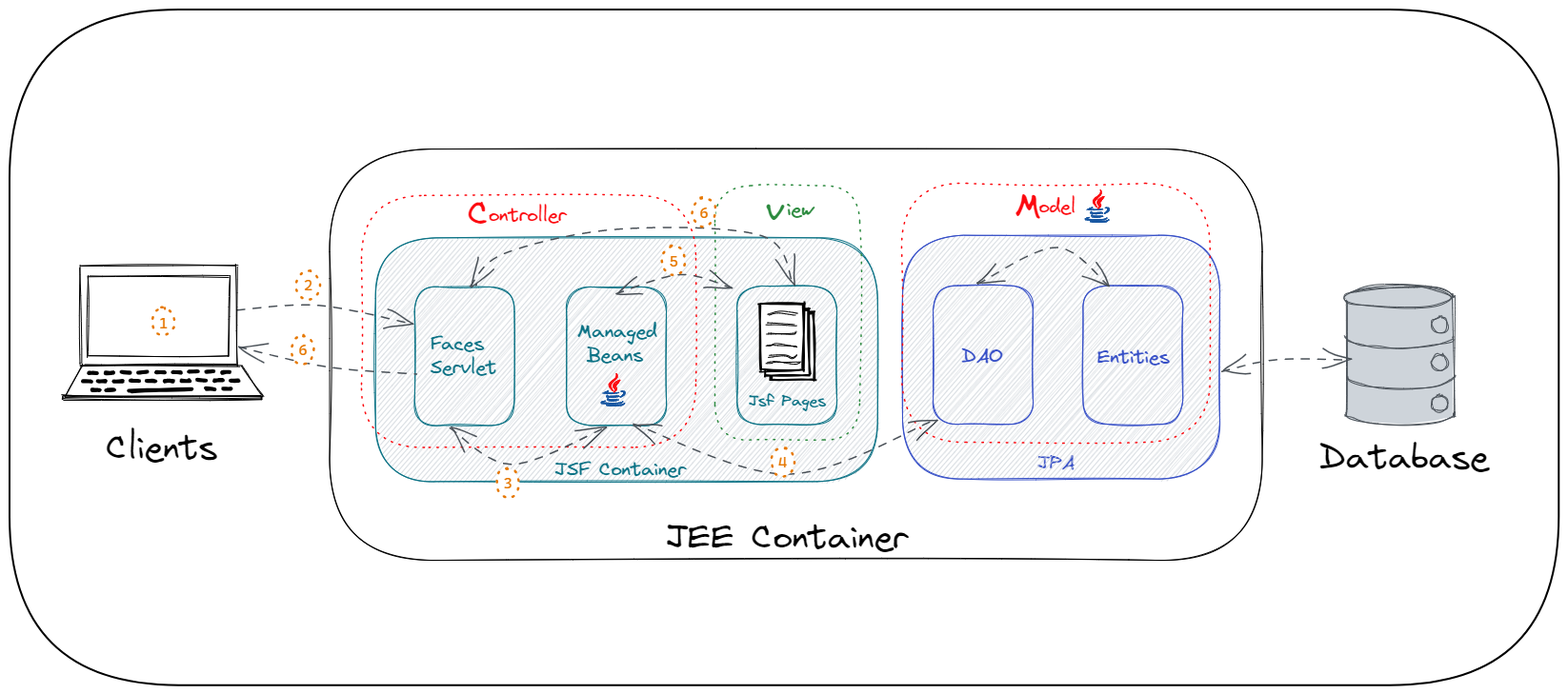
Before: MVC.excalidraw.png, a diagram exported from Excalidraw (malouu/Diag_JEE). Source tidied: one line per element, renumbered; positions are measured from the earlier drawing's top-left corner, leaving out a move shared by most shapes.
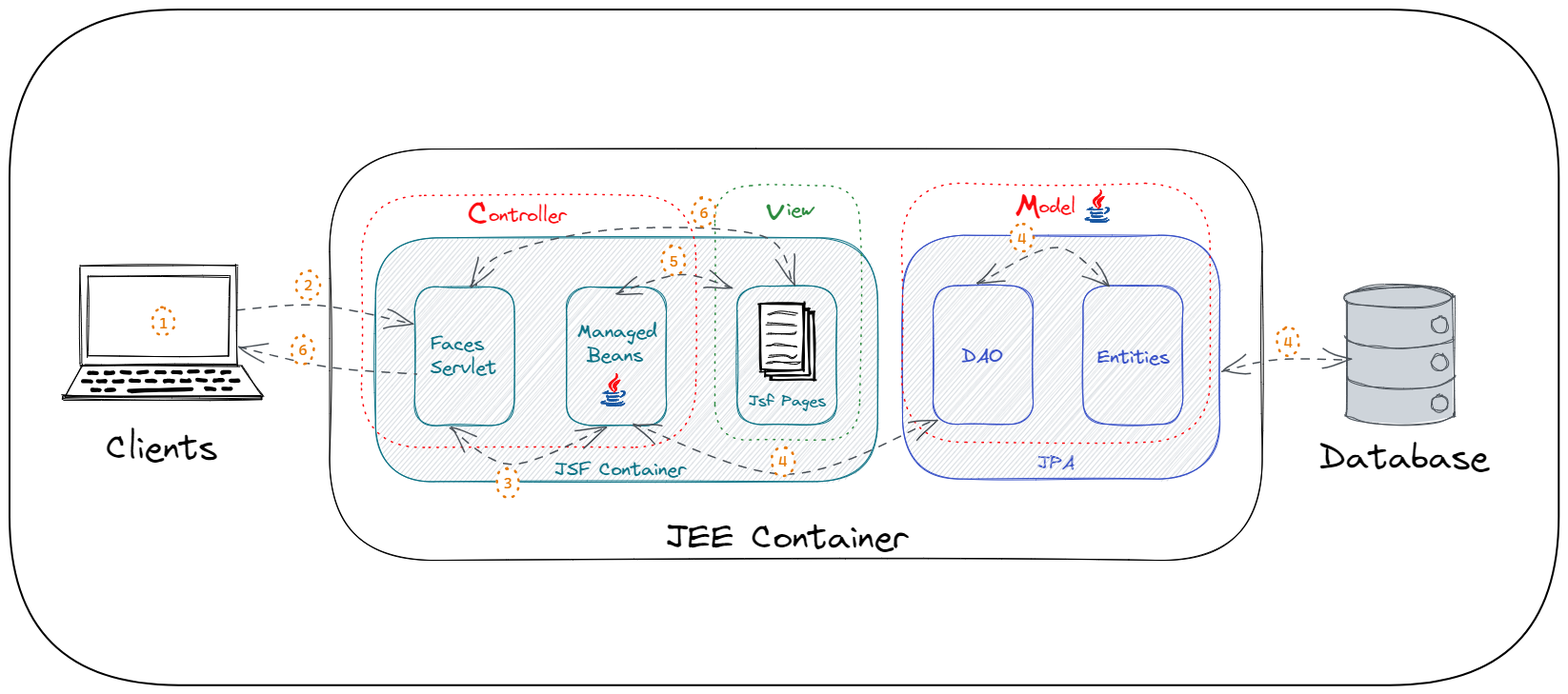
The same file after the commit.

The edit, as a diff of the source:
```diff
@@ -48,7 +48,7 @@
 {"id": 47, "type": "ellipse", "strokeColor": "#495057", "backgroundColor": "#ced4da", "fillStyle": "solid", "strokeWidth": 1, "roughness": 1, "x": 1493, "y": 362, "width": 16, "height": 18}
 {"id": 48, "type": "ellipse", "strokeColor": "#495057", "backgroundColor": "#ced4da", "fillStyle": "solid", "strokeWidth": 1, "roughness": 1, "x": 1493, "y": 405, "width": 16, "height": 18}
 {"id": 49, "type": "arrow", "strokeColor": "#495057", "backgroundColor": "#ced4da", "fillStyle": "hachure", "strokeWidth": 1, "strokeStyle": "dashed", "roughness": 1, "startArrowhead": "arrow", "endArrowhead": "arrow", "from": 9, "x": 1017, "y": 289, "width": 138, "height": 40, "points": [[0, 0], [81, -39], [138, 1]]}
-{"id": 50, "type": "arrow", "strokeColor": "#495057", "backgroundColor": "#ced4da", "fillStyle": "hachure", "strokeWidth": 1, "strokeStyle": "dashed", "roughness": 1, "startArrowhead": "arrow", "endArrowhead": "arrow", "from": 31, "x": 1273, "y": 379, "width": 133, "height": 12, "points": [[0, 1], [57, -11], [133, -10]]}
+{"id": 50, "type": "arrow", "strokeColor": "#495057", "backgroundColor": "#ced4da", "fillStyle": "hachure", "strokeWidth": 1, "strokeStyle": "dashed", "roughness": 1, "startArrowhead": "arrow", "endArrowhead": "arrow", "from": 31, "x": 1273, "y": 380, "width": 133, "height": 12, "points": [[0, 0], [57, -12], [133, -11]]}
 {"id": 51, "type": "arrow", "strokeColor": "#495057", "backgroundColor": "#ced4da", "fillStyle": "hachure", "strokeWidth": 1, "strokeStyle": "dashed", "roughness": 1, "startArrowhead": "arrow", "endArrowhead": "arrow", "from": 4, "to": 5, "x": 490, "y": 289, "width": 0, "height": 0, "points": [[0, 0], [0, 0]]}
 {"id": 52, "type": "text", "text": "Clients", "strokeColor": "#000000", "backgroundColor": "#ced4da", "fillStyle": "hachure", "strokeWidth": 1, "strokeStyle": "dashed", "roughness": 1, "fontSize": 36, "fontFamily": 1, "x": 101, "y": 439, "width": 119, "height": 45}
 {"id": 53, "type": "text", "text": "Database", "strokeColor": "#000000", "backgroundColor": "#ced4da", "fillStyle": "hachure", "strokeWidth": 1, "strokeStyle": "dashed", "roughness": 1, "fontSize": 36, "fontFamily": 1, "x": 1375, "y": 449, "width": 180, "height": 45}
@@ -99,8 +99,8 @@
 {"id": 98, "type": "ellipse", "strokeColor": "#e67700", "backgroundColor": "#fff", "fillStyle": "solid", "strokeWidth": 2, "strokeStyle": "dotted", "roughness": 1, "x": 511, "y": 482, "width": 24, "height": 30}
 {"id": 99, "type": "text", "text": "3", "strokeColor": "#e67700", "backgroundColor": "#fa5252", "fillStyle": "hachure", "strokeWidth": 1, "strokeStyle": "dashed", "roughness": 1, "fontSize": 16, "fontFamily": 3, "textAlign": "center", "verticalAlign": "middle", "inside": 98, "x": 518, "y": 487, "width": 11, "height": 20}
 {"id": 100, "type": "arrow", "strokeColor": "#495057", "strokeWidth": 1, "strokeStyle": "dashed", "roughness": 1, "startArrowhead": "arrow", "endArrowhead": "arrow", "from": 4, "to": 6, "x": 463, "y": 440, "width": 162, "height": 39, "points": [[0, 0], [65, 37], [162, -2]]}
-{"id": 101, "type": "ellipse", "strokeColor": "#e67700", "backgroundColor": "#fff", "fillStyle": "solid", "strokeWidth": 2, "strokeStyle": "dotted", "roughness": 1, "x": 800, "y": 460, "width": 24, "height": 30}
+{"id": 101, "type": "ellipse", "strokeColor": "#e67700", "backgroundColor": "#fff", "fillStyle": "solid", "strokeWidth": 2, "strokeStyle": "dotted", "roughness": 1, "x": 800, "y": 459, "width": 24, "height": 30}
-{"id": 102, "type": "text", "text": "4", "strokeColor": "#e67700", "backgroundColor": "#fa5252", "fillStyle": "hachure", "strokeWidth": 1, "strokeStyle": "dashed", "roughness": 1, "fontSize": 16, "fontFamily": 3, "textAlign": "center", "verticalAlign": "middle", "inside": 101, "x": 806, "y": 465, "width": 11, "height": 20}
+{"id": 102, "type": "text", "text": "4", "strokeColor": "#e67700", "backgroundColor": "#fa5252", "fillStyle": "hachure", "strokeWidth": 1, "strokeStyle": "dashed", "roughness": 1, "fontSize": 16, "fontFamily": 3, "textAlign": "center", "verticalAlign": "middle", "inside": 101, "x": 806, "y": 464, "width": 11, "height": 20}
 {"id": 103, "type": "ellipse", "strokeColor": "#e67700", "backgroundColor": "#fff", "fillStyle": "solid", "strokeWidth": 2, "strokeStyle": "dotted", "roughness": 1, "x": 301, "y": 274, "width": 24, "height": 30}
 {"id": 104, "type": "text", "text": "2", "strokeColor": "#e67700", "backgroundColor": "#fa5252", "fillStyle": "hachure", "strokeWidth": 1, "strokeStyle": "dashed", "roughness": 1, "fontSize": 16, "fontFamily": 3, "textAlign": "center", "verticalAlign": "middle", "inside": 103, "x": 308, "y": 279, "width": 11, "height": 20}
 {"id": 105, "type": "ellipse", "strokeColor": "#e67700", "backgroundColor": "#fff", "fillStyle": "solid", "strokeWidth": 2, "strokeStyle": "dotted", "roughness": 1, "x": 685, "y": 249, "width": 24, "height": 30}
@@ -109,3 +109,7 @@
 {"id": 108, "type": "text", "text": "6", "strokeColor": "#e67700", "backgroundColor": "#fa5252", "fillStyle": "hachure", "strokeWidth": 1, "strokeStyle": "dashed", "roughness": 1, "fontSize": 16, "fontFamily": 3, "textAlign": "center", "verticalAlign": "middle", "inside": 107, "x": 724, "y": 203, "width": 11, "height": 20}
 {"id": 109, "type": "ellipse", "strokeColor": "#e67700", "backgroundColor": "#fff", "fillStyle": "solid", "strokeWidth": 2, "strokeStyle": "dotted", "roughness": 1, "x": 296, "y": 342, "width": 24, "height": 30}
 {"id": 110, "type": "text", "text": "6", "strokeColor": "#e67700", "backgroundColor": "#fa5252", "fillStyle": "hachure", "strokeWidth": 1, "strokeStyle": "dashed", "roughness": 1, "fontSize": 16, "fontFamily": 3, "textAlign": "center", "verticalAlign": "middle", "inside": 109, "x": 303, "y": 347, "width": 11, "height": 20}
+{"id": 111, "type": "ellipse", "strokeColor": "#e67700", "backgroundColor": "#fff", "fillStyle": "solid", "strokeWidth": 2, "strokeStyle": "dotted", "roughness": 1, "x": 1051, "y": 225, "width": 24, "height": 30}
+{"id": 112, "type": "text", "text": "4", "strokeColor": "#e67700", "backgroundColor": "#fa5252", "fillStyle": "hachure", "strokeWidth": 1, "strokeStyle": "dashed", "roughness": 1, "fontSize": 16, "fontFamily": 3, "textAlign": "center", "verticalAlign": "middle", "inside": 111, "x": 1057, "y": 230, "width": 11, "height": 20}
+{"id": 113, "type": "ellipse", "strokeColor": "#e67700", "backgroundColor": "#fff", "fillStyle": "solid", "strokeWidth": 2, "strokeStyle": "dotted", "roughness": 1, "x": 1330, "y": 334, "width": 24, "height": 30}
+{"id": 114, "type": "text", "text": "4", "strokeColor": "#e67700", "backgroundColor": "#fa5252", "fillStyle": "hachure", "strokeWidth": 1, "strokeStyle": "dashed", "roughness": 1, "fontSize": 16, "fontFamily": 3, "textAlign": "center", "verticalAlign": "middle", "inside": 113, "x": 1337, "y": 339, "width": 11, "height": 20}
```
